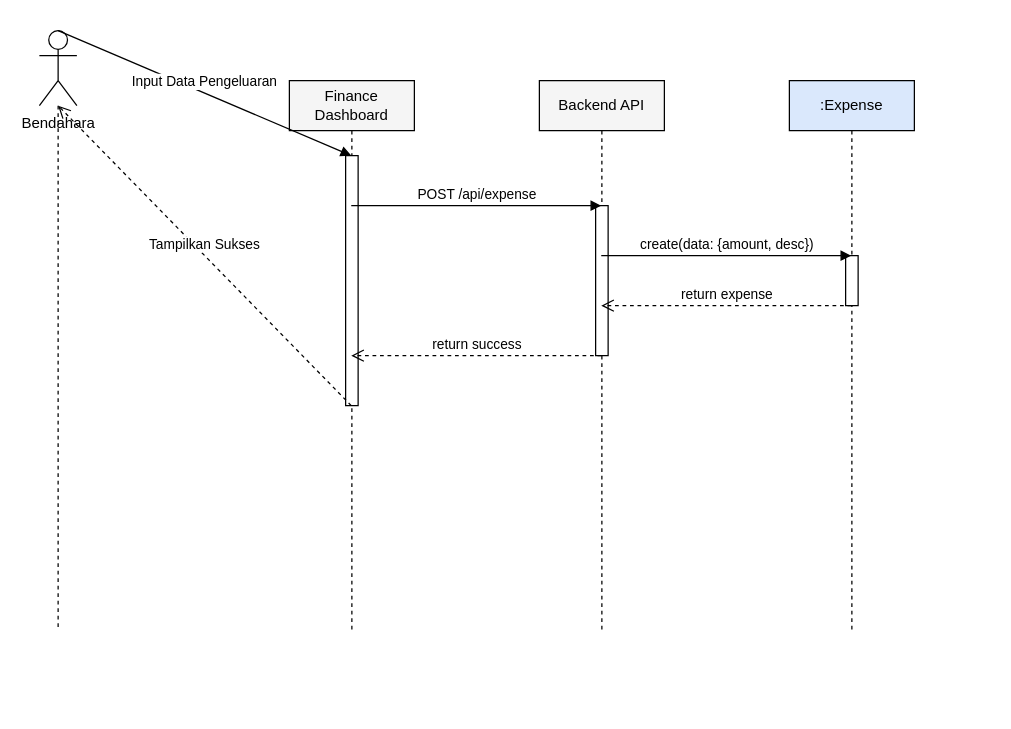
Before: docs/sequence_expense_management.drawio in muhammaddzaki123/adminkassmpit, a draw.io diagram. Source tidied: cells renumbered, new cells numbered last; positions are measured from the earlier drawing's top-left corner, leaving out a move shared by most shapes. Both pictures are drawn from the tidied source at 125%, with x=0, y=0 at pixel (39, 30).
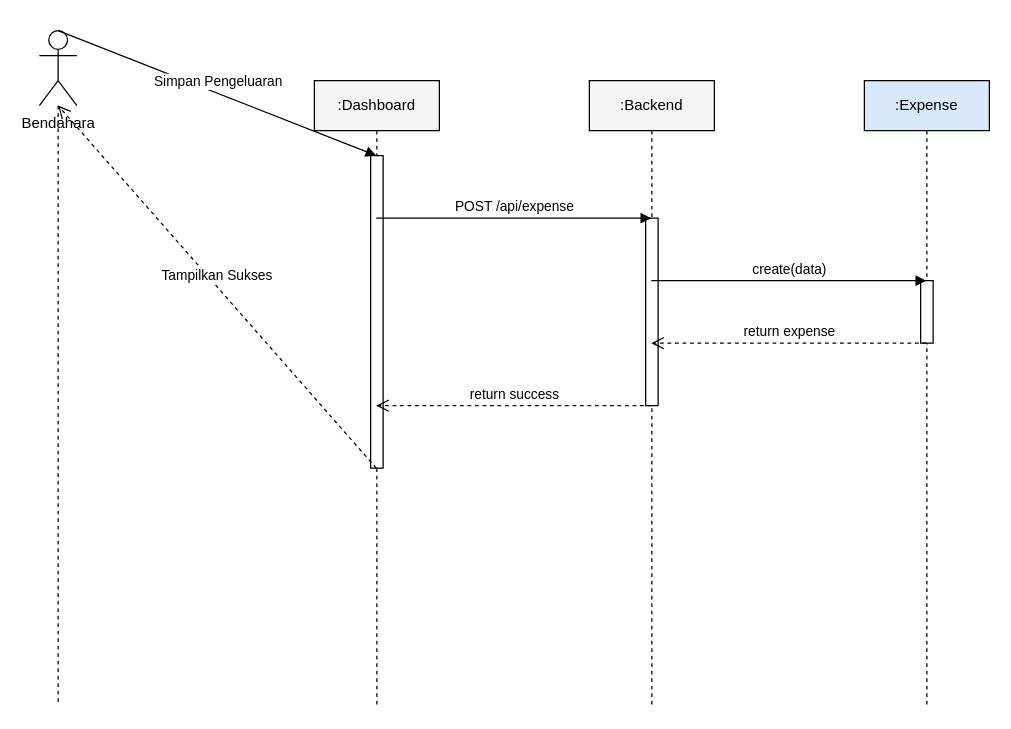
The same page after the edit.

Change to the diagram source:
```diff
@@
 <mxGraphModel>
   <root>
     <mxCell id="0" />
     <mxCell id="1" parent="0" />
     <mxCell id="2" value="Bendahara" style="shape=umlActor;verticalLabelPosition=bottom;verticalAlign=top;html=1;outlineConnect=0;" parent="1" vertex="1">
       <mxGeometry width="30" height="60" as="geometry" />
     </mxCell>
     <mxCell id="3" style="endArrow=none;dashed=1;html=1;" parent="1" edge="1" source="2">
       <mxGeometry relative="1" as="geometry">
-        <mxPoint x="15" y="480" as="targetPoint" />
+        <mxPoint x="15" y="540" as="targetPoint" />
       </mxGeometry>
     </mxCell>
-    <mxCell id="4" value="Finance Dashboard" style="shape=umlLifeline;perimeter=lifelinePerimeter;whiteSpace=wrap;html=1;outlineConnect=0;fillColor=#f5f5f5;" parent="1" vertex="1">
-      <mxGeometry x="200" y="40" width="100" height="440" as="geometry" />
+    <mxCell id="4" value=":Dashboard" style="shape=umlLifeline;perimeter=lifelinePerimeter;whiteSpace=wrap;html=1;outlineConnect=0;fillColor=#f5f5f5;" parent="1" vertex="1">
+      <mxGeometry x="220" y="40" width="100" height="500" as="geometry" />
     </mxCell>
-    <mxCell id="5" value="Backend API" style="shape=umlLifeline;perimeter=lifelinePerimeter;whiteSpace=wrap;html=1;outlineConnect=0;fillColor=#f5f5f5;" parent="1" vertex="1">
-      <mxGeometry x="400" y="40" width="100" height="440" as="geometry" />
+    <mxCell id="5" value=":Backend" style="shape=umlLifeline;perimeter=lifelinePerimeter;whiteSpace=wrap;html=1;outlineConnect=0;fillColor=#f5f5f5;" parent="1" vertex="1">
+      <mxGeometry x="440" y="40" width="100" height="500" as="geometry" />
     </mxCell>
     <mxCell id="6" value=":Expense" style="shape=umlLifeline;perimeter=lifelinePerimeter;whiteSpace=wrap;html=1;outlineConnect=0;fillColor=#dae8fc;" parent="1" vertex="1">
-      <mxGeometry x="600" y="40" width="100" height="440" as="geometry" />
+      <mxGeometry x="660" y="40" width="100" height="500" as="geometry" />
     </mxCell>
     <mxCell id="7" style="html=1;perimeter=orthogonalPerimeter;fillColor=#FFFFFF;strokeColor=#000000;" parent="1" vertex="1">
-      <mxGeometry x="645" y="180" width="10" height="40" as="geometry" />
+      <mxGeometry x="705" y="200" width="10" height="50" as="geometry" />
     </mxCell>
     <mxCell id="8" style="html=1;perimeter=orthogonalPerimeter;fillColor=#FFFFFF;strokeColor=#000000;" parent="1" vertex="1">
-      <mxGeometry x="445" y="140" width="10" height="120" as="geometry" />
+      <mxGeometry x="485" y="150" width="10" height="150" as="geometry" />
     </mxCell>
     <mxCell id="9" style="html=1;perimeter=orthogonalPerimeter;fillColor=#FFFFFF;strokeColor=#000000;" parent="1" vertex="1">
-      <mxGeometry x="245" y="100" width="10" height="200" as="geometry" />
+      <mxGeometry x="265" y="100" width="10" height="250" as="geometry" />
     </mxCell>
-    <mxCell id="10" value="Input Data Pengeluaran" style="html=1;verticalAlign=bottom;endArrow=block;rounded=0;entryX=0.5;entryY=0.13636363636363635;exitX=0.5;exitY=0.13636363636363635;" parent="1" edge="1" source="2" target="4">
+    <mxCell id="10" value="Simpan Pengeluaran" style="html=1;verticalAlign=bottom;endArrow=block;rounded=0;entryX=0.5;entryY=0.12;exitX=0.5;exitY=0.12;" parent="1" edge="1" source="2" target="4">
       <mxGeometry relative="1" as="geometry" />
     </mxCell>
-    <mxCell id="11" value="POST /api/expense" style="html=1;verticalAlign=bottom;endArrow=block;rounded=0;entryX=0.5;entryY=0.22727272727272727;exitX=0.5;exitY=0.22727272727272727;" parent="1" edge="1" source="4" target="5">
+    <mxCell id="11" value="POST /api/expense" style="html=1;verticalAlign=bottom;endArrow=block;rounded=0;entryX=0.5;entryY=0.22;exitX=0.5;exitY=0.22;" parent="1" edge="1" source="4" target="5">
       <mxGeometry relative="1" as="geometry" />
     </mxCell>
-    <mxCell id="12" value="create(data: {amount, desc})" style="html=1;verticalAlign=bottom;endArrow=block;rounded=0;entryX=0.5;entryY=0.3181818181818182;exitX=0.5;exitY=0.3181818181818182;" parent="1" edge="1" source="5" target="6">
+    <mxCell id="12" value="create(data)" style="html=1;verticalAlign=bottom;endArrow=block;rounded=0;entryX=0.5;entryY=0.32;exitX=0.5;exitY=0.32;" parent="1" edge="1" source="5" target="6">
       <mxGeometry relative="1" as="geometry" />
     </mxCell>
-    <mxCell id="13" value="return expense" style="html=1;verticalAlign=bottom;endArrow=open;dashed=1;endSize=8;rounded=0;entryX=0.5;entryY=0.4090909090909091;exitX=0.5;exitY=0.4090909090909091;" parent="1" edge="1" source="6" target="5">
+    <mxCell id="13" value="return expense" style="html=1;verticalAlign=bottom;endArrow=open;dashed=1;endSize=8;rounded=0;entryX=0.5;entryY=0.42;exitX=0.5;exitY=0.42;" parent="1" edge="1" source="6" target="5">
       <mxGeometry relative="1" as="geometry" />
     </mxCell>
-    <mxCell id="14" value="return success" style="html=1;verticalAlign=bottom;endArrow=open;dashed=1;endSize=8;rounded=0;entryX=0.5;entryY=0.5;exitX=0.5;exitY=0.5;" parent="1" edge="1" source="5" target="4">
+    <mxCell id="14" value="return success" style="html=1;verticalAlign=bottom;endArrow=open;dashed=1;endSize=8;rounded=0;entryX=0.5;entryY=0.52;exitX=0.5;exitY=0.52;" parent="1" edge="1" source="5" target="4">
       <mxGeometry relative="1" as="geometry" />
     </mxCell>
-    <mxCell id="15" value="Tampilkan Sukses" style="html=1;verticalAlign=bottom;endArrow=open;dashed=1;endSize=8;rounded=0;entryX=0.5;entryY=0.5909090909090909;exitX=0.5;exitY=0.5909090909090909;" parent="1" edge="1" source="4" target="2">
+    <mxCell id="15" value="Tampilkan Sukses" style="html=1;verticalAlign=bottom;endArrow=open;dashed=1;endSize=8;rounded=0;entryX=0.5;entryY=0.62;exitX=0.5;exitY=0.62;" parent="1" edge="1" source="4" target="2">
       <mxGeometry relative="1" as="geometry" />
     </mxCell>
   </root>
 </mxGraphModel>
```
